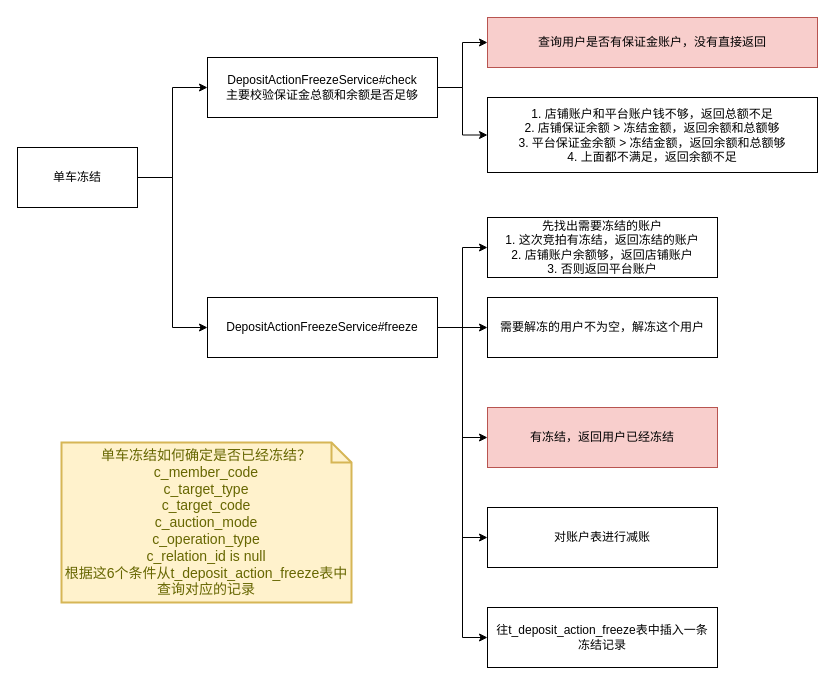
Earlier version of the draw.io diagram trade-deposit/单车冻结.drawio (erlieStar/diagrams). Source tidied: cells renumbered, new cells numbered last; positions are measured from the earlier drawing's top-left corner, leaving out a move shared by most shapes. Both pictures are drawn from the tidied source at 100%, with x=0, y=0 at pixel (17, 17).
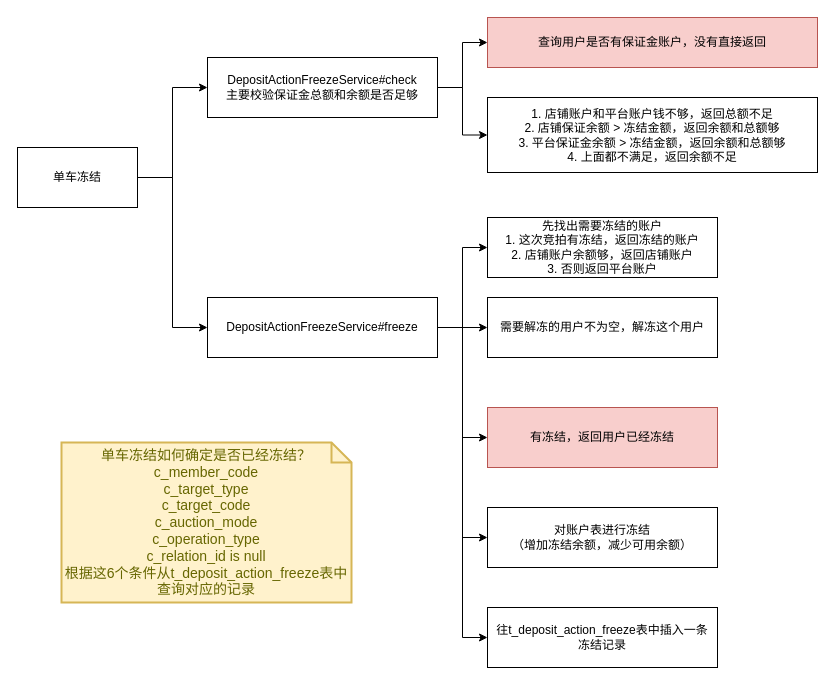
After the change.

What changed in the source:
```diff
@@
-    <mxCell id="19" value="对账户表进行减账" style="rounded=0;whiteSpace=wrap;html=1;" parent="1" vertex="1">
+    <mxCell id="19" value="对账户表进行冻结&lt;br&gt;（增加冻结余额，减少可用余额）" style="rounded=0;whiteSpace=wrap;html=1;" parent="1" vertex="1">
       <mxGeometry x="470" y="490" width="230" height="60" as="geometry" />
     </mxCell>
```
